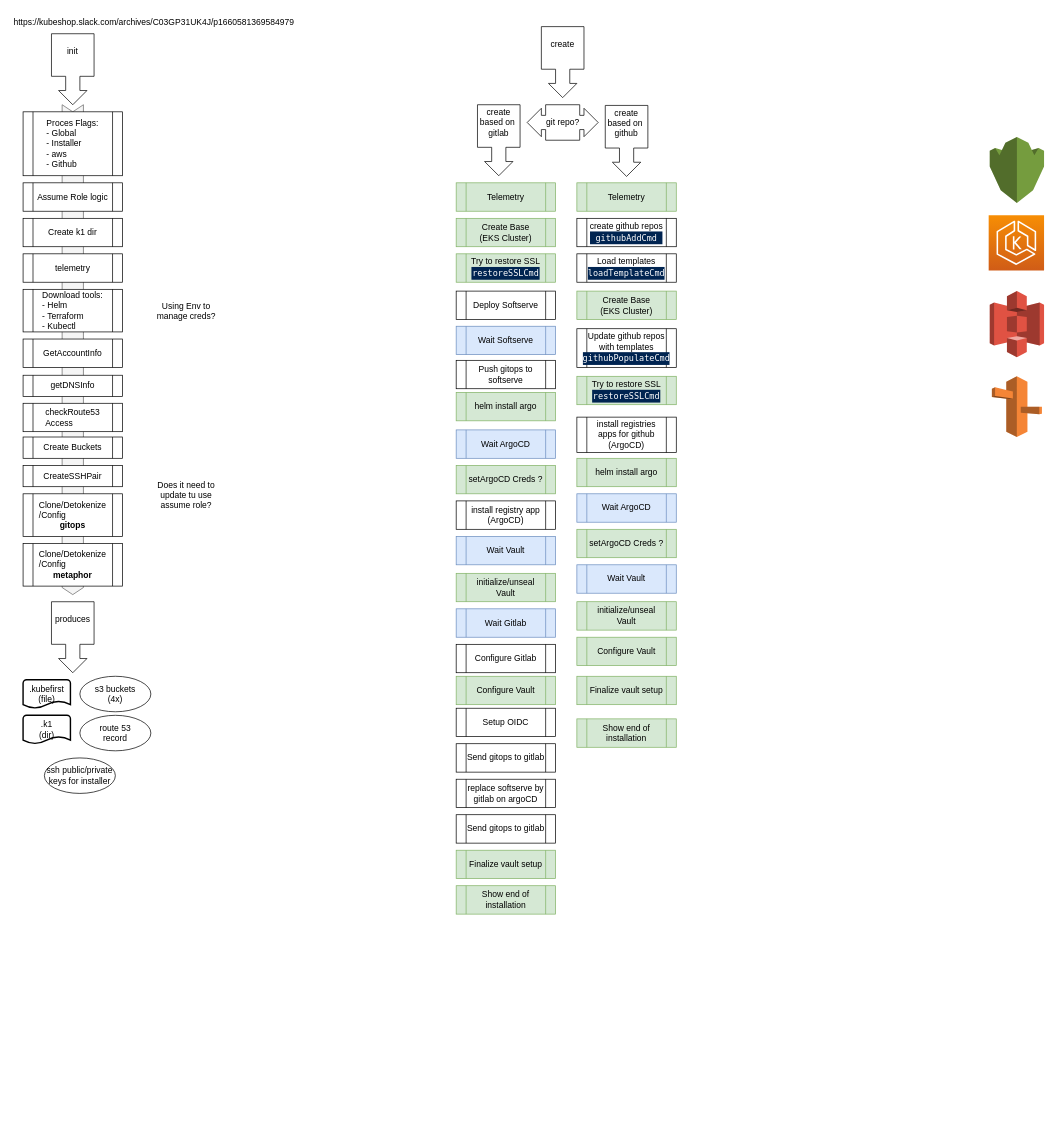
This is Installer.drawio from org-demo-6za/diagrams-kubefirst, a draw.io file, before an edit. Source tidied: cells renumbered, new cells numbered last; positions are measured from the earlier drawing's top-left corner, leaving out a move shared by most shapes. Both pictures are drawn from the tidied source at 71%, with x=0, y=0 at pixel (-173, 12).
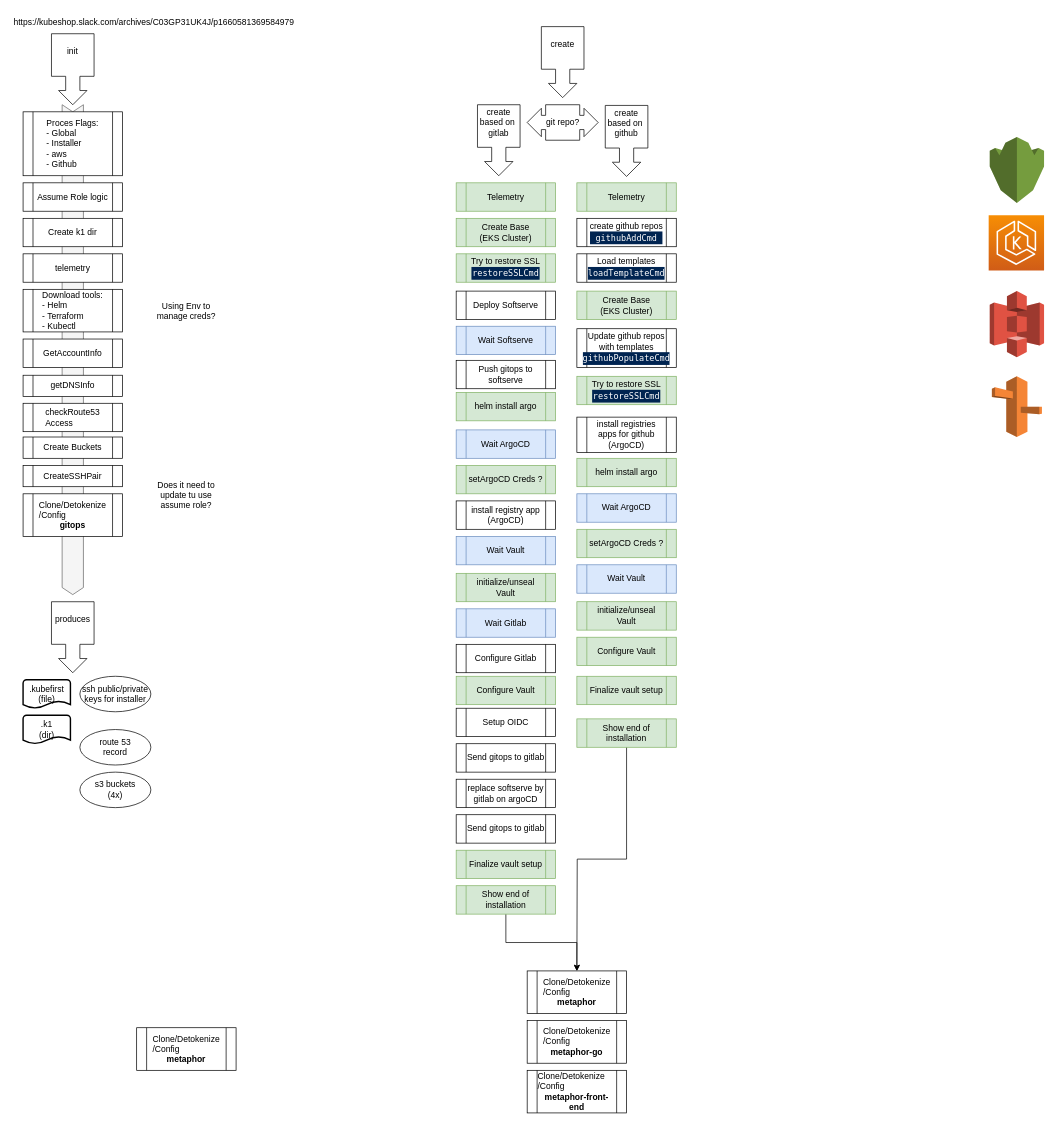
Above is the later version.

Unchanged cells that the change refers to:
```xml
<mxCell id="59" value="&lt;div style=&quot;&quot;&gt;Show end of installation&lt;/div&gt;" style="shape=process;whiteSpace=wrap;html=1;backgroundOutline=1;align=center;fillColor=#d5e8d4;strokeColor=#82b366;" parent="1" vertex="1">
  <mxGeometry x="885" y="1230" width="140" height="40" as="geometry" />
</mxCell>
<mxCell id="74" value="&lt;div style=&quot;&quot;&gt;Show end of installation&lt;/div&gt;" style="shape=process;whiteSpace=wrap;html=1;backgroundOutline=1;align=center;fillColor=#d5e8d4;strokeColor=#82b366;" parent="1" vertex="1">
  <mxGeometry x="1055" y="995" width="140" height="40" as="geometry" />
</mxCell>
```

Change to the diagram source:
```diff
@@
     <mxCell id="31" value="&lt;div style=&quot;text-align: left;&quot;&gt;Clone/Detokenize&lt;/div&gt;&lt;div style=&quot;text-align: left;&quot;&gt;/Config&lt;/div&gt;&lt;div style=&quot;&quot;&gt;&lt;b&gt;metaphor&lt;/b&gt;&lt;br&gt;&lt;/div&gt;" style="shape=process;whiteSpace=wrap;html=1;backgroundOutline=1;" parent="1" vertex="1">
-      <mxGeometry x="275" y="748" width="140" height="60" as="geometry" />
+      <mxGeometry x="985" y="1350" width="140" height="60" as="geometry" />
     </mxCell>
@@
     <mxCell id="35" value="s3 buckets&lt;br&gt;(4x)" style="ellipse;whiteSpace=wrap;html=1;" parent="1" vertex="1">
-      <mxGeometry x="355" y="935" width="100" height="50" as="geometry" />
+      <mxGeometry x="355" y="1070" width="100" height="50" as="geometry" />
     </mxCell>
     <mxCell id="36" value="route 53&lt;br&gt;record" style="ellipse;whiteSpace=wrap;html=1;" parent="1" vertex="1">
-      <mxGeometry x="355" y="990" width="100" height="50" as="geometry" />
+      <mxGeometry x="355" y="1010" width="100" height="50" as="geometry" />
     </mxCell>
     <mxCell id="37" value="ssh public/private&lt;br&gt;keys for installer" style="ellipse;whiteSpace=wrap;html=1;" parent="1" vertex="1">
-      <mxGeometry x="305" y="1050" width="100" height="50" as="geometry" />
+      <mxGeometry x="355" y="935" width="100" height="50" as="geometry" />
     </mxCell>
@@
+    <mxCell id="75" style="edgeStyle=orthogonalEdgeStyle;rounded=0;jettySize=auto;html=1;exitX=0.5;exitY=1;exitDx=0;exitDy=0;entryX=0.5;entryY=0;entryDx=0;entryDy=0;" parent="1" edge="1" source="59" target="31">
+      <mxGeometry relative="1" as="geometry" />
+    </mxCell>
@@
+    <mxCell id="76" style="edgeStyle=orthogonalEdgeStyle;rounded=0;jettySize=auto;html=1;exitX=0.5;exitY=1;exitDx=0;exitDy=0;" parent="1" edge="1" source="74">
+      <mxGeometry relative="1" as="geometry">
+        <mxPoint x="1055" y="1350" as="targetPoint" />
+      </mxGeometry>
+    </mxCell>
@@
+    <mxCell id="77" value="&lt;div style=&quot;text-align: left;&quot;&gt;Clone/Detokenize&lt;/div&gt;&lt;div style=&quot;text-align: left;&quot;&gt;/Config&lt;/div&gt;&lt;div style=&quot;&quot;&gt;&lt;b&gt;metaphor-go&lt;/b&gt;&lt;br&gt;&lt;/div&gt;" style="shape=process;whiteSpace=wrap;html=1;backgroundOutline=1;" parent="1" vertex="1">
+      <mxGeometry x="985" y="1420" width="140" height="60" as="geometry" />
+    </mxCell>
+    <mxCell id="78" value="&lt;div style=&quot;text-align: left;&quot;&gt;Clone/Detokenize&lt;/div&gt;&lt;div style=&quot;text-align: left;&quot;&gt;/Config&lt;/div&gt;&lt;div style=&quot;&quot;&gt;&lt;b&gt;metaphor-front-end&lt;/b&gt;&lt;br&gt;&lt;/div&gt;" style="shape=process;whiteSpace=wrap;html=1;backgroundOutline=1;" parent="1" vertex="1">
+      <mxGeometry x="985" y="1490" width="140" height="60" as="geometry" />
+    </mxCell>
+    <mxCell id="79" value="&lt;div style=&quot;text-align: left;&quot;&gt;Clone/Detokenize&lt;/div&gt;&lt;div style=&quot;text-align: left;&quot;&gt;/Config&lt;/div&gt;&lt;div style=&quot;&quot;&gt;&lt;b&gt;metaphor&lt;/b&gt;&lt;br&gt;&lt;/div&gt;" style="shape=process;whiteSpace=wrap;html=1;backgroundOutline=1;" parent="1" vertex="1">
+      <mxGeometry x="435" y="1430" width="140" height="60" as="geometry" />
+    </mxCell>
```
